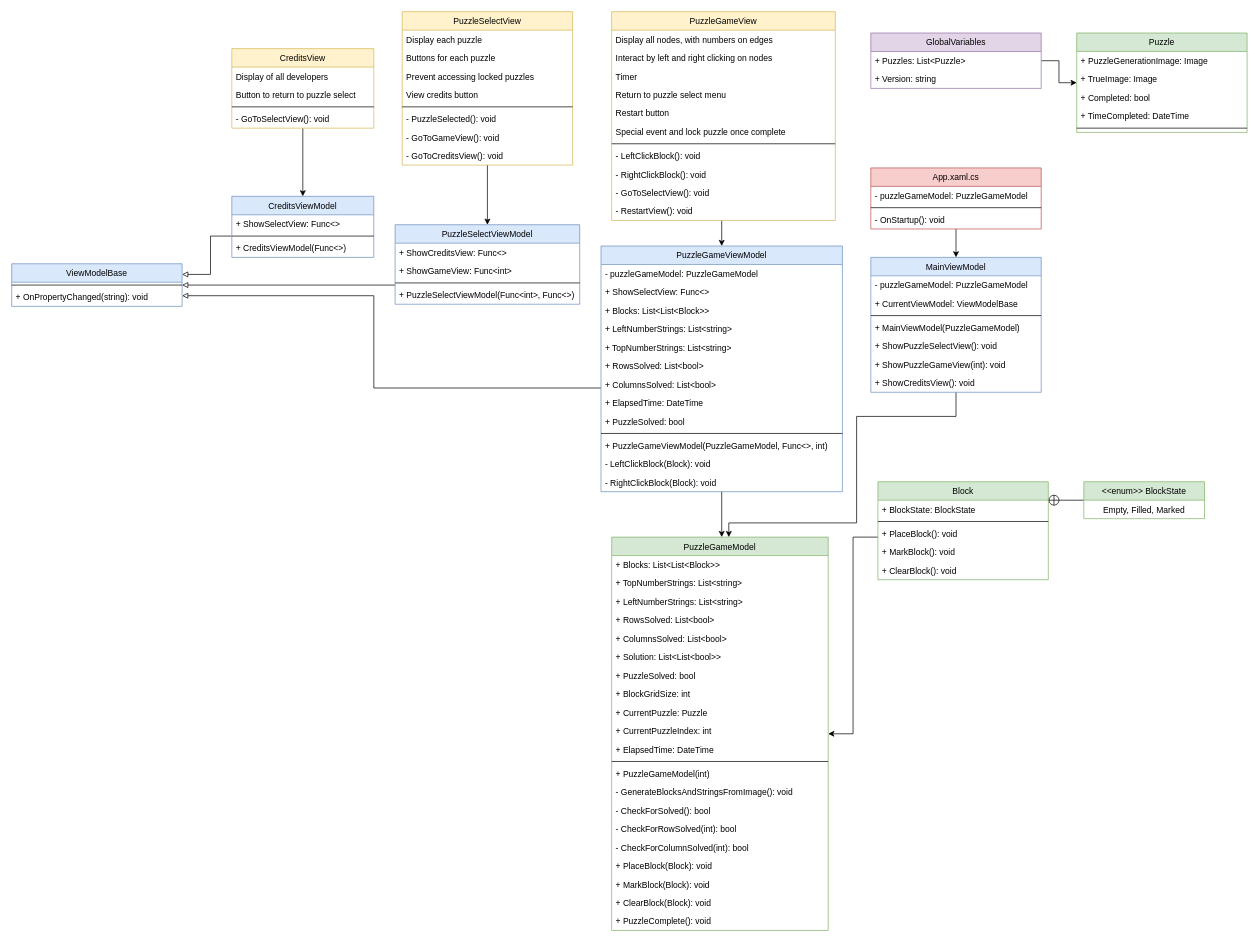
Earlier version of the draw.io diagram Source/Grombcross UML.drawio (BagelMaster5000/Grombcross). Source tidied: cells renumbered, new cells numbered last; positions are measured from the earlier drawing's top-left corner, leaving out a move shared by most shapes. Both pictures are drawn from the tidied source at 71%, with x=0, y=0 at pixel (11, 11).
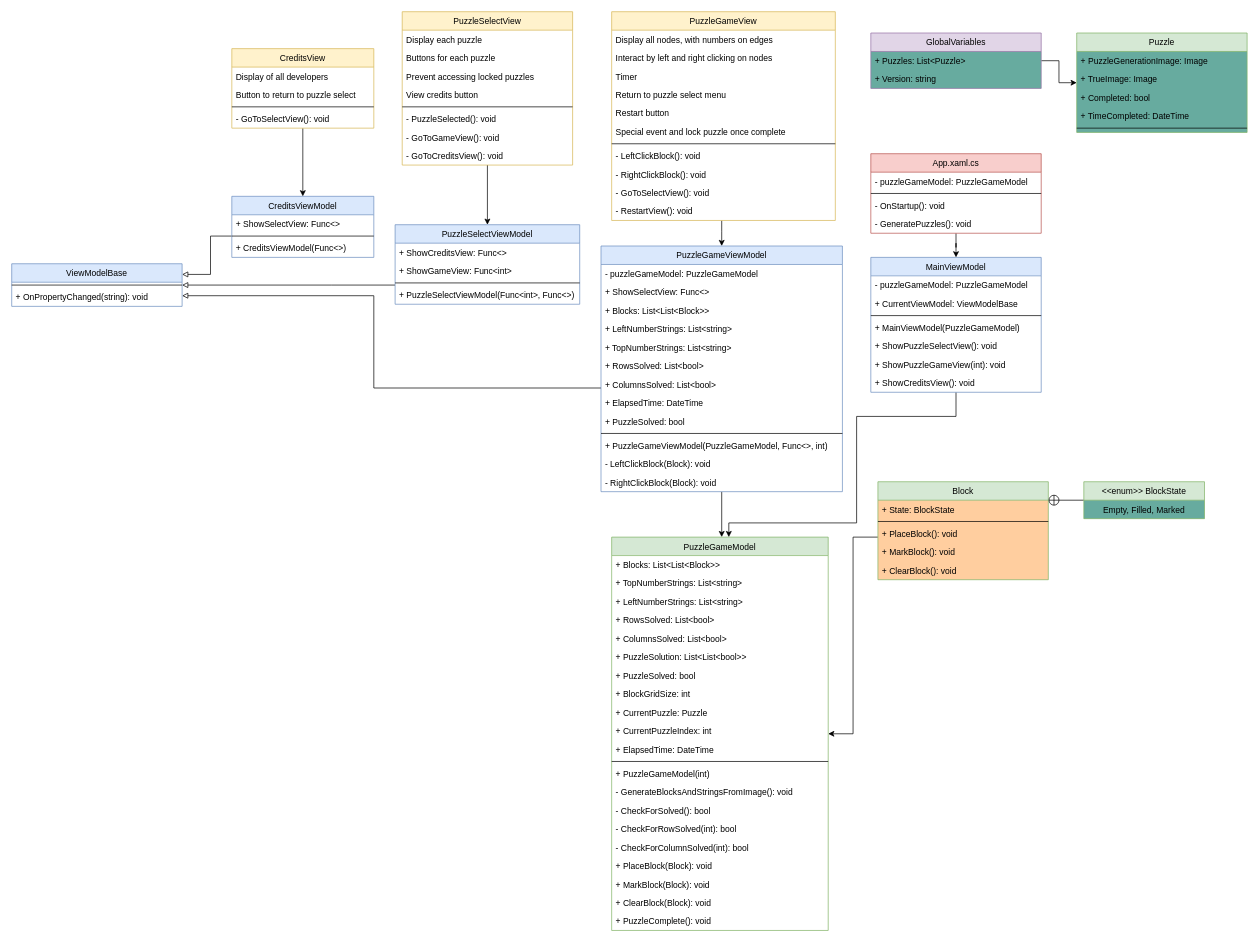
The same page after the edit.

Unchanged cells that the change refers to:
```xml
<mxCell id="58" value="PuzzleGameModel" style="swimlane;fontStyle=0;align=center;verticalAlign=top;horizontal=1;startSize=26;rounded=0;shadow=0;strokeWidth=1;fillColor=#d5e8d4;strokeColor=#82b366;swimlaneFillColor=#FFFFFF;fontColor=#000000;" parent="1" vertex="1">
  <mxGeometry x="845" y="740" width="305" height="554" as="geometry" />
</mxCell>
```

Diff of the diagram source:
```diff
@@
-    <mxCell id="64" value="+ Solution: List&lt;List&lt;bool&gt;&gt;" style="text;align=left;verticalAlign=top;spacingLeft=4;spacingRight=4;overflow=hidden;rounded=0;shadow=0;html=0;fontColor=#000000;" parent="58" vertex="1">
+    <mxCell id="64" value="+ PuzzleSolution: List&lt;List&lt;bool&gt;&gt;" style="text;align=left;verticalAlign=top;spacingLeft=4;spacingRight=4;overflow=hidden;rounded=0;shadow=0;html=0;fontColor=#000000;" parent="58" vertex="1">
       <mxGeometry y="156" width="305" height="26" as="geometry" />
     </mxCell>
@@
-    <mxCell id="81" value="Block" style="swimlane;fontStyle=0;align=center;verticalAlign=top;horizontal=1;startSize=26;rounded=0;shadow=0;strokeWidth=1;fillColor=#d5e8d4;strokeColor=#82b366;swimlaneFillColor=#FFFFFF;fontColor=#000000;" parent="1" vertex="1">
+    <mxCell id="81" value="Block" style="swimlane;fontStyle=0;align=center;verticalAlign=top;horizontal=1;startSize=26;rounded=0;shadow=0;strokeWidth=1;fillColor=#d5e8d4;strokeColor=#82b366;swimlaneFillColor=#FFCE9F;fontColor=#000000;" parent="1" vertex="1">
       <mxGeometry x="1220" y="662" width="240" height="138" as="geometry" />
     </mxCell>
-    <mxCell id="82" value="+ BlockState: BlockState" style="text;align=left;verticalAlign=top;spacingLeft=4;spacingRight=4;overflow=hidden;rounded=0;shadow=0;html=0;fontColor=#000000;" parent="81" vertex="1">
+    <mxCell id="82" value="+ State: BlockState" style="text;align=left;verticalAlign=top;spacingLeft=4;spacingRight=4;overflow=hidden;rounded=0;shadow=0;html=0;fontColor=#000000;" parent="81" vertex="1">
       <mxGeometry y="26" width="240" height="26" as="geometry" />
     </mxCell>
@@
-    <mxCell id="88" value="&lt;&lt;enum&gt;&gt; BlockState" style="swimlane;fontStyle=0;align=center;verticalAlign=top;horizontal=1;startSize=26;rounded=0;shadow=0;strokeWidth=1;fillColor=#d5e8d4;strokeColor=#82b366;swimlaneFillColor=#FFFFFF;fontColor=#000000;" parent="1" vertex="1">
+    <mxCell id="88" value="&lt;&lt;enum&gt;&gt; BlockState" style="swimlane;fontStyle=0;align=center;verticalAlign=top;horizontal=1;startSize=26;rounded=0;shadow=0;strokeWidth=1;fillColor=#d5e8d4;strokeColor=#82b366;swimlaneFillColor=#67AB9F;fontColor=#000000;" parent="1" vertex="1">
       <mxGeometry x="1510" y="662" width="170" height="52" as="geometry" />
     </mxCell>
@@
-    <mxCell id="100" value="GlobalVariables" style="swimlane;fontStyle=0;align=center;verticalAlign=top;horizontal=1;startSize=26;rounded=0;shadow=0;strokeWidth=1;fillColor=#e1d5e7;strokeColor=#9673a6;swimlaneFillColor=#FFFFFF;fontColor=#000000;" parent="1" vertex="1">
+    <mxCell id="100" value="GlobalVariables" style="swimlane;fontStyle=0;align=center;verticalAlign=top;horizontal=1;startSize=26;rounded=0;shadow=0;strokeWidth=1;fillColor=#e1d5e7;strokeColor=#9673a6;swimlaneFillColor=#67AB9F;fontColor=#000000;" parent="1" vertex="1">
       <mxGeometry x="1210" y="30" width="240" height="78" as="geometry" />
     </mxCell>
@@
-    <mxCell id="103" value="Puzzle" style="swimlane;fontStyle=0;align=center;verticalAlign=top;horizontal=1;startSize=26;rounded=0;shadow=0;strokeWidth=1;fillColor=#d5e8d4;strokeColor=#82b366;swimlaneFillColor=#FFFFFF;fontColor=#000000;" parent="1" vertex="1">
+    <mxCell id="103" value="Puzzle" style="swimlane;fontStyle=0;align=center;verticalAlign=top;horizontal=1;startSize=26;rounded=0;shadow=0;strokeWidth=1;fillColor=#d5e8d4;strokeColor=#82b366;swimlaneFillColor=#67AB9F;fontColor=#000000;" parent="1" vertex="1">
       <mxGeometry x="1500" y="30" width="240" height="140" as="geometry" />
     </mxCell>
@@
     <mxCell id="113" value="App.xaml.cs" style="swimlane;fontStyle=0;align=center;verticalAlign=top;horizontal=1;startSize=26;rounded=0;shadow=0;strokeWidth=1;fillColor=#f8cecc;strokeColor=#b85450;swimlaneFillColor=#FFFFFF;fontColor=#000000;" parent="1" vertex="1">
-      <mxGeometry x="1210" y="220" width="240" height="86" as="geometry" />
+      <mxGeometry x="1210" y="200" width="240" height="112" as="geometry" />
     </mxCell>
@@
+    <mxCell id="117" value="- GeneratePuzzles(): void" style="text;align=left;verticalAlign=top;spacingLeft=4;spacingRight=4;overflow=hidden;rounded=0;shadow=0;html=0;fontColor=#000000;" parent="113" vertex="1">
+      <mxGeometry y="86" width="240" height="26" as="geometry" />
+    </mxCell>
```
